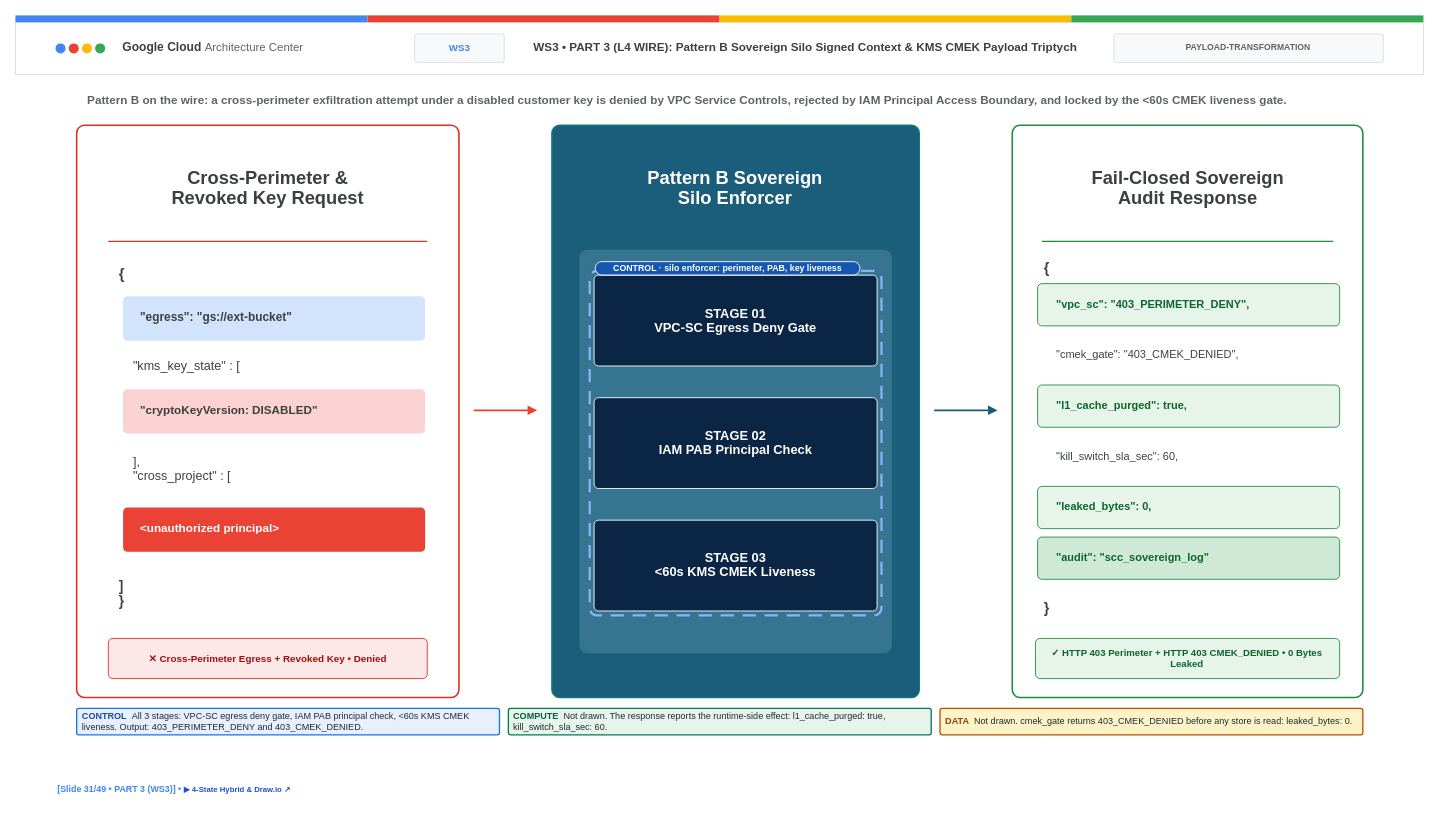
Above: diagrams/compendium/drawio/ws3-c4-l4-cmek-tripwire-wire-payload.drawio in nitinaggarwal-12/blogs (draw.io), before the change. Source tidied: cells renumbered, new cells numbered last; positions are measured from the earlier drawing's top-left corner, leaving out a move shared by most shapes. Both pictures are drawn from the tidied source at 88%, with x=0, y=0 at pixel (15, 15).
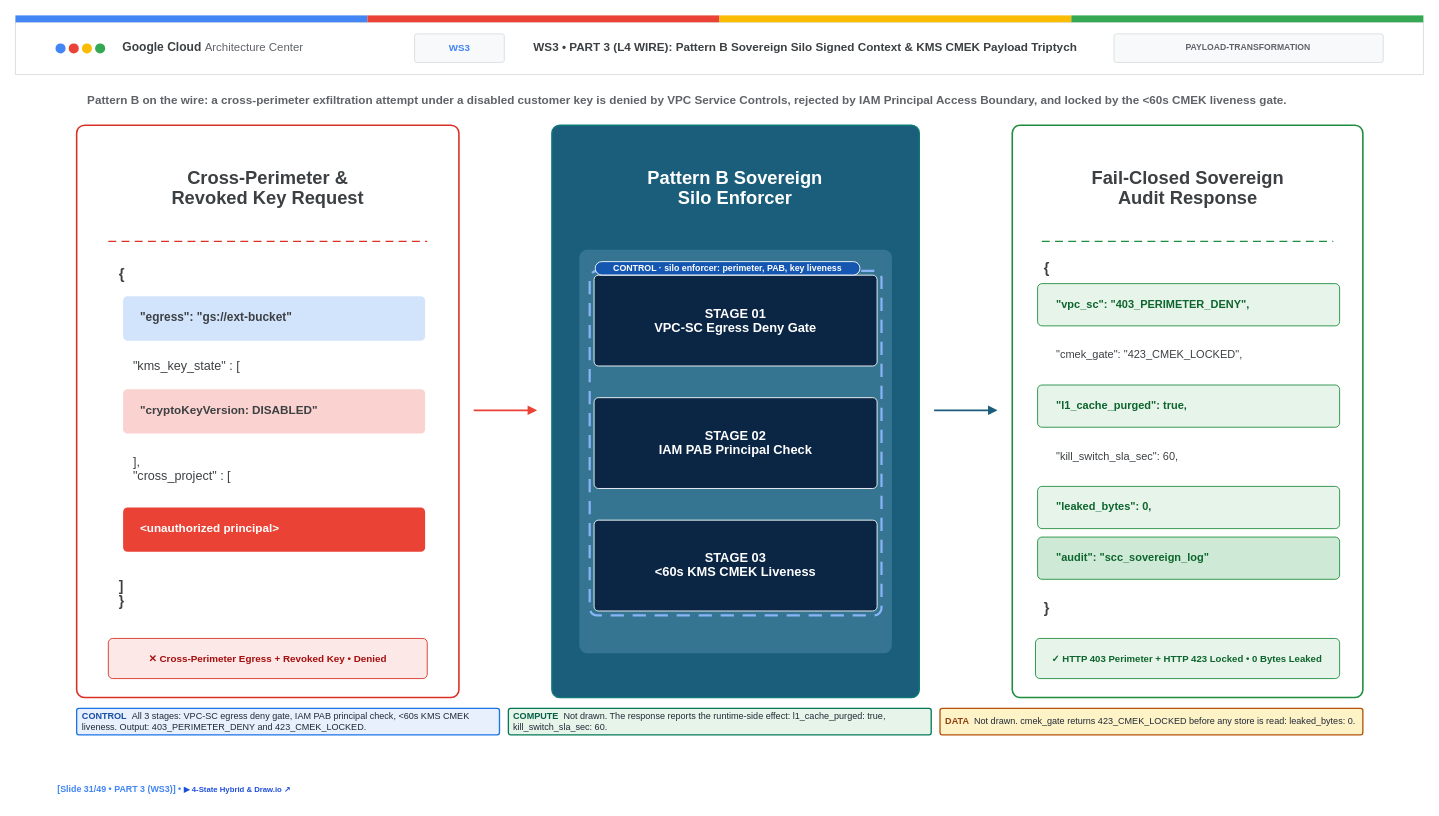
Above is the later version.

Change to the diagram source:
```diff
@@
-    <mxCell id="20" style="edgeStyle=none;html=1;flowAnimation=1;strokeColor=#D93025;strokeWidth=1.5;startArrow=none;endArrow=none;" parent="1" edge="1">
+    <mxCell id="20" style="edgeStyle=none;html=1;dashed=1;dashPattern=6 4;strokeColor=#D93025;strokeWidth=1.5;startArrow=none;endArrow=none;" parent="1" edge="1">
       <mxGeometry relative="1" as="geometry">
         <mxPoint x="105.6" y="256.8" as="sourcePoint" />
         <mxPoint x="468" y="256.8" as="targetPoint" />
       </mxGeometry>
     </mxCell>
@@
-    <mxCell id="33" style="edgeStyle=none;html=1;flowAnimation=1;strokeColor=#EA4335;strokeWidth=2.2;startArrow=none;endArrow=block;endFill=1;endSize=5;" parent="1" edge="1">
+    <mxCell id="33" style="edgeStyle=none;html=1;strokeColor=#EA4335;strokeWidth=2.2;startArrow=none;endArrow=block;endFill=1;endSize=5;" parent="1" edge="1">
       <mxGeometry relative="1" as="geometry">
         <mxPoint x="520.8" y="448.8" as="sourcePoint" />
         <mxPoint x="592.8" y="448.8" as="targetPoint" />
       </mxGeometry>
     </mxCell>
@@
-    <mxCell id="43" style="edgeStyle=none;html=1;flowAnimation=1;strokeColor=#1B5E7B;strokeWidth=2.2;startArrow=none;endArrow=block;endFill=1;endSize=5;" parent="1" edge="1">
+    <mxCell id="43" style="edgeStyle=none;html=1;strokeColor=#1B5E7B;strokeWidth=2.2;startArrow=none;endArrow=block;endFill=1;endSize=5;" parent="1" edge="1">
       <mxGeometry relative="1" as="geometry">
         <mxPoint x="1044" y="448.8" as="sourcePoint" />
         <mxPoint x="1116" y="448.8" as="targetPoint" />
       </mxGeometry>
     </mxCell>
@@
-    <mxCell id="46" style="edgeStyle=none;html=1;flowAnimation=1;strokeColor=#1E8E3E;strokeWidth=1.5;startArrow=none;endArrow=none;" parent="1" edge="1">
+    <mxCell id="46" style="edgeStyle=none;html=1;dashed=1;dashPattern=6 4;strokeColor=#1E8E3E;strokeWidth=1.5;startArrow=none;endArrow=none;" parent="1" edge="1">
       <mxGeometry relative="1" as="geometry">
         <mxPoint x="1166.4" y="256.8" as="sourcePoint" />
         <mxPoint x="1497.6" y="256.8" as="targetPoint" />
       </mxGeometry>
     </mxCell>
@@
-    <mxCell id="50" value="&lt;div style=&quot;line-height:1.06;margin:0;padding:0;&quot;&gt;&lt;span style=&quot;font-size:12.5px;color:#3C4043;&quot;&gt;&amp;quot;cmek_gate&amp;quot;: &amp;quot;403_CMEK_DENIED&amp;quot;,&lt;/span&gt;&lt;/div&gt;" style="html=1;whiteSpace=wrap;rounded=0;fillColor=none;strokeColor=none;fontColor=#3C4043;fontSize=12.5;align=left;verticalAlign=middle;spacing=0;spacingLeft=12;spacingRight=12;spacingTop=6;spacingBottom=6;" parent="1" vertex="1">
+    <mxCell id="50" value="&lt;div style=&quot;line-height:1.06;margin:0;padding:0;&quot;&gt;&lt;span style=&quot;font-size:12.5px;color:#3C4043;&quot;&gt;&amp;quot;cmek_gate&amp;quot;: &amp;quot;423_CMEK_LOCKED&amp;quot;,&lt;/span&gt;&lt;/div&gt;" style="html=1;whiteSpace=wrap;rounded=0;fillColor=none;strokeColor=none;fontColor=#3C4043;fontSize=12.5;align=left;verticalAlign=middle;spacing=0;spacingLeft=12;spacingRight=12;spacingTop=6;spacingBottom=6;" parent="1" vertex="1">
       <mxGeometry x="1171.2" y="362.4" width="326.4" height="48" as="geometry" />
     </mxCell>
@@
-    <mxCell id="60" value="&lt;div style=&quot;line-height:1.06;margin:0;padding:0;&quot;&gt;&lt;span style=&quot;font-size:10.9px;color:#0D652D;&quot;&gt;&lt;b&gt;✓ HTTP 403 Perimeter + HTTP 403 CMEK_DENIED • 0 Bytes Leaked&lt;/b&gt;&lt;/span&gt;&lt;/div&gt;" style="html=1;whiteSpace=wrap;rounded=0;fillColor=none;strokeColor=none;fontColor=#0D652D;fontSize=10.9;align=center;verticalAlign=middle;spacing=0;spacingLeft=12;spacingRight=12;spacingTop=6;spacingBottom=6;" parent="1" vertex="1">
+    <mxCell id="60" value="&lt;div style=&quot;line-height:1.06;margin:0;padding:0;&quot;&gt;&lt;span style=&quot;font-size:10.9px;color:#0D652D;&quot;&gt;&lt;b&gt;✓ HTTP 403 Perimeter + HTTP 423 Locked • 0 Bytes Leaked&lt;/b&gt;&lt;/span&gt;&lt;/div&gt;" style="html=1;whiteSpace=wrap;rounded=0;fillColor=none;strokeColor=none;fontColor=#0D652D;fontSize=10.9;align=center;verticalAlign=middle;spacing=0;spacingLeft=12;spacingRight=12;spacingTop=6;spacingBottom=6;" parent="1" vertex="1">
       <mxGeometry x="1166.4" y="708" width="331.2" height="45.6" as="geometry" />
     </mxCell>
@@
-    <mxCell id="65" value="&lt;b&gt;CONTROL  &lt;/b&gt;&lt;font color=&quot;#1F2937&quot;&gt;All 3 stages: VPC-SC egress deny gate, IAM PAB principal check, &amp;lt;60s KMS CMEK liveness. Output: 403_PERIMETER_DENY and 403_CMEK_DENIED.&lt;/font&gt;" style="html=1;shadow=0;rounded=1;absoluteArcSize=1;arcSize=5;fillColor=#E8F0FE;strokeColor=#1A73E8;strokeWidth=1.5;whiteSpace=wrap;align=left;verticalAlign=middle;fontSize=10.3;fontColor=#174EA6;spacing=0;spacingLeft=6;spacingRight=6;spacingTop=1;spacingBottom=1;" parent="62" vertex="1">
+    <mxCell id="65" value="&lt;b&gt;CONTROL  &lt;/b&gt;&lt;font color=&quot;#1F2937&quot;&gt;All 3 stages: VPC-SC egress deny gate, IAM PAB principal check, &amp;lt;60s KMS CMEK liveness. Output: 403_PERIMETER_DENY and 423_CMEK_LOCKED.&lt;/font&gt;" style="html=1;shadow=0;rounded=1;absoluteArcSize=1;arcSize=5;fillColor=#E8F0FE;strokeColor=#1A73E8;strokeWidth=1.5;whiteSpace=wrap;align=left;verticalAlign=middle;fontSize=10.3;fontColor=#174EA6;spacing=0;spacingLeft=6;spacingRight=6;spacingTop=1;spacingBottom=1;" parent="62" vertex="1">
       <mxGeometry x="69.6" y="787.5" width="480.5" height="30" as="geometry" />
     </mxCell>
@@
-    <mxCell id="67" value="&lt;b&gt;DATA  &lt;/b&gt;&lt;font color=&quot;#1F2937&quot;&gt;Not drawn. cmek_gate returns 403_CMEK_DENIED before any store is read: leaked_bytes: 0.&lt;/font&gt;" style="html=1;shadow=0;rounded=1;absoluteArcSize=1;arcSize=5;fillColor=#FEF3C7;strokeColor=#B45309;strokeWidth=1.5;whiteSpace=wrap;align=left;verticalAlign=middle;fontSize=10.3;fontColor=#92400E;spacing=0;spacingLeft=6;spacingRight=6;spacingTop=1;spacingBottom=1;" parent="62" vertex="1">
+    <mxCell id="67" value="&lt;b&gt;DATA  &lt;/b&gt;&lt;font color=&quot;#1F2937&quot;&gt;Not drawn. cmek_gate returns 423_CMEK_LOCKED before any store is read: leaked_bytes: 0.&lt;/font&gt;" style="html=1;shadow=0;rounded=1;absoluteArcSize=1;arcSize=5;fillColor=#FEF3C7;strokeColor=#B45309;strokeWidth=1.5;whiteSpace=wrap;align=left;verticalAlign=middle;fontSize=10.3;fontColor=#92400E;spacing=0;spacingLeft=6;spacingRight=6;spacingTop=1;spacingBottom=1;" parent="62" vertex="1">
       <mxGeometry x="1050.7" y="787.5" width="480.5" height="30" as="geometry" />
     </mxCell>
```
